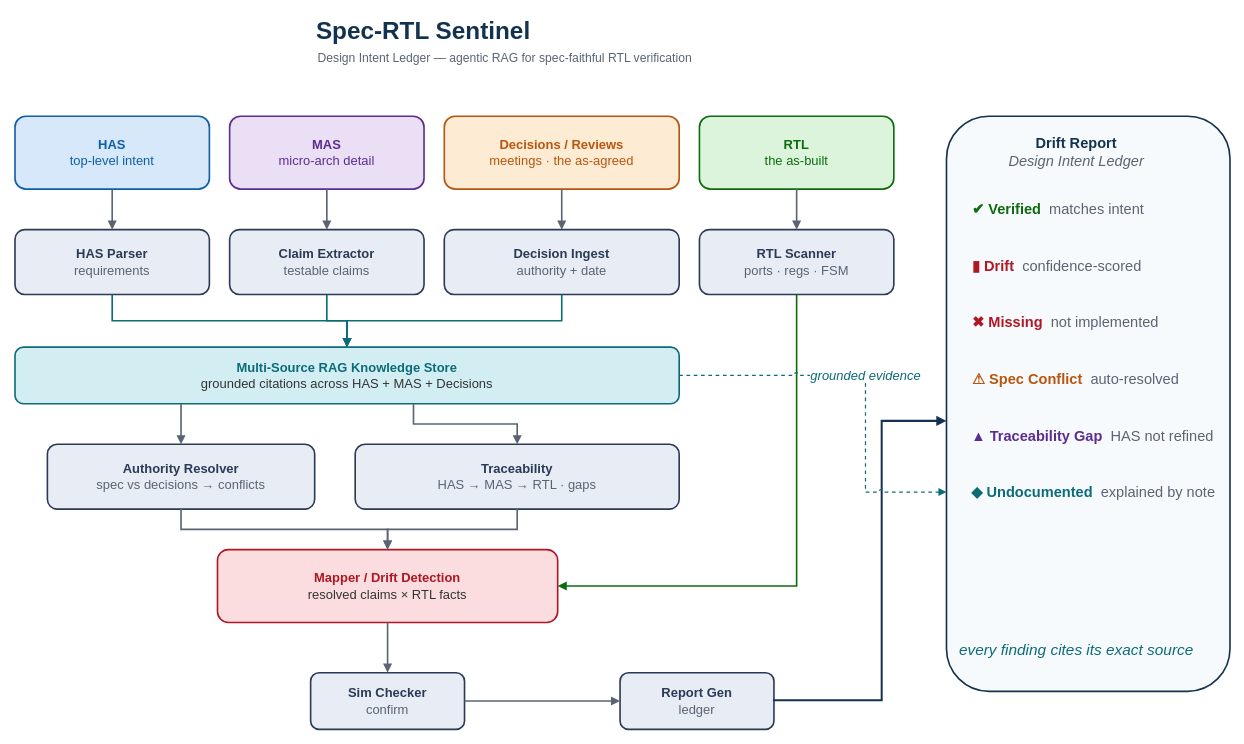
Before: docs/architecture.drawio in mayureshpiske19/spec-rtl-sentinel, a draw.io diagram. Source tidied: cells renumbered, new cells numbered last; positions are measured from the earlier drawing's top-left corner, leaving out a move shared by most shapes. Both pictures are drawn from the tidied source at 81%, with x=0, y=0 at pixel (15, 14).
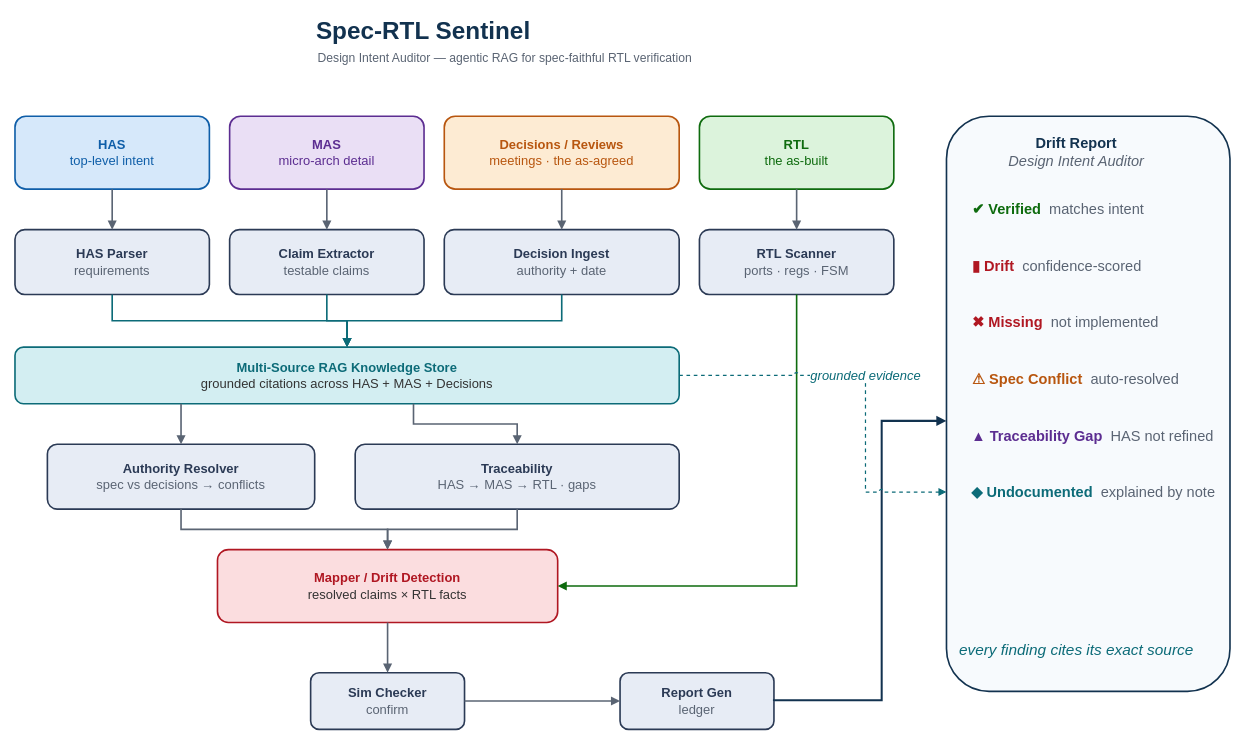
Above is the later version.

The edit, as a diff of the source:
```diff
@@
-    <mxCell id="3" value="Design Intent Ledger — agentic RAG for spec-faithful RTL verification" style="text;html=1;fontSize=15;fontColor=#5A6473;align=left;verticalAlign=middle;" parent="1" vertex="1">
+    <mxCell id="3" value="Design Intent Auditor — agentic RAG for spec-faithful RTL verification" style="text;html=1;fontSize=15;fontColor=#5A6473;align=left;verticalAlign=middle;" parent="1" vertex="1">
       <mxGeometry x="372" y="40" width="760" height="26" as="geometry" />
     </mxCell>
@@
-    <mxCell id="19" value="&lt;b&gt;Drift Report&lt;/b&gt;&lt;br&gt;&lt;i style=&quot;color: rgb(90, 100, 115);&quot;&gt;Design Intent Ledger&lt;/i&gt;" style="text;html=1;fontSize=18;fontColor=#12324F;align=center;verticalAlign=middle;" parent="1" vertex="1">
+    <mxCell id="19" value="&lt;b&gt;Drift Report&lt;/b&gt;&lt;br&gt;&lt;i style=&quot;color: rgb(90, 100, 115);&quot;&gt;Design Intent Auditor&lt;/i&gt;" style="text;html=1;fontSize=18;fontColor=#12324F;align=center;verticalAlign=middle;" parent="1" vertex="1">
       <mxGeometry x="1150" y="146" width="320" height="50" as="geometry" />
     </mxCell>
```
